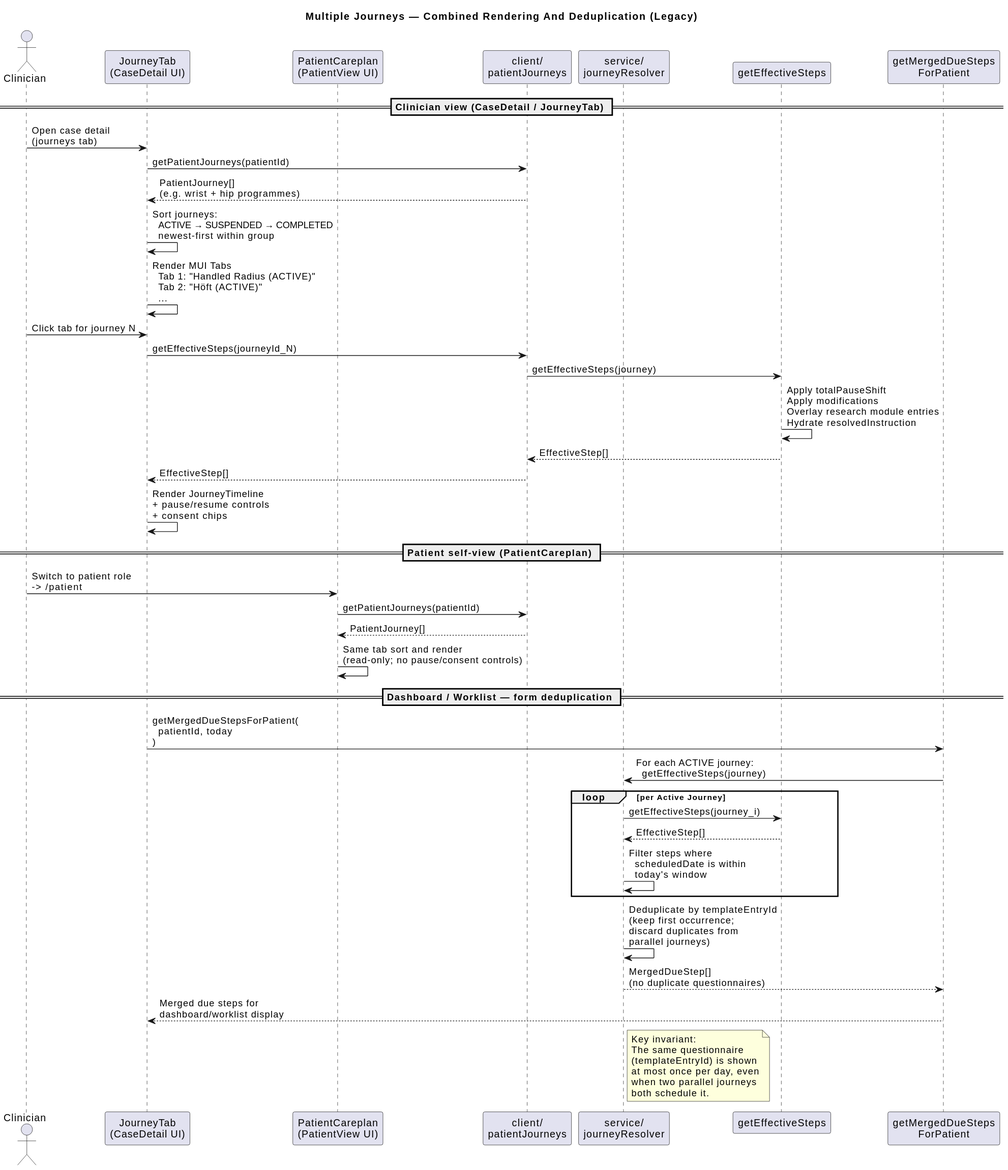
gforge/DUK keeps this PlantUML diagram as docs/diagrams/multi-journey-tabs.svg. Above is the earlier version.
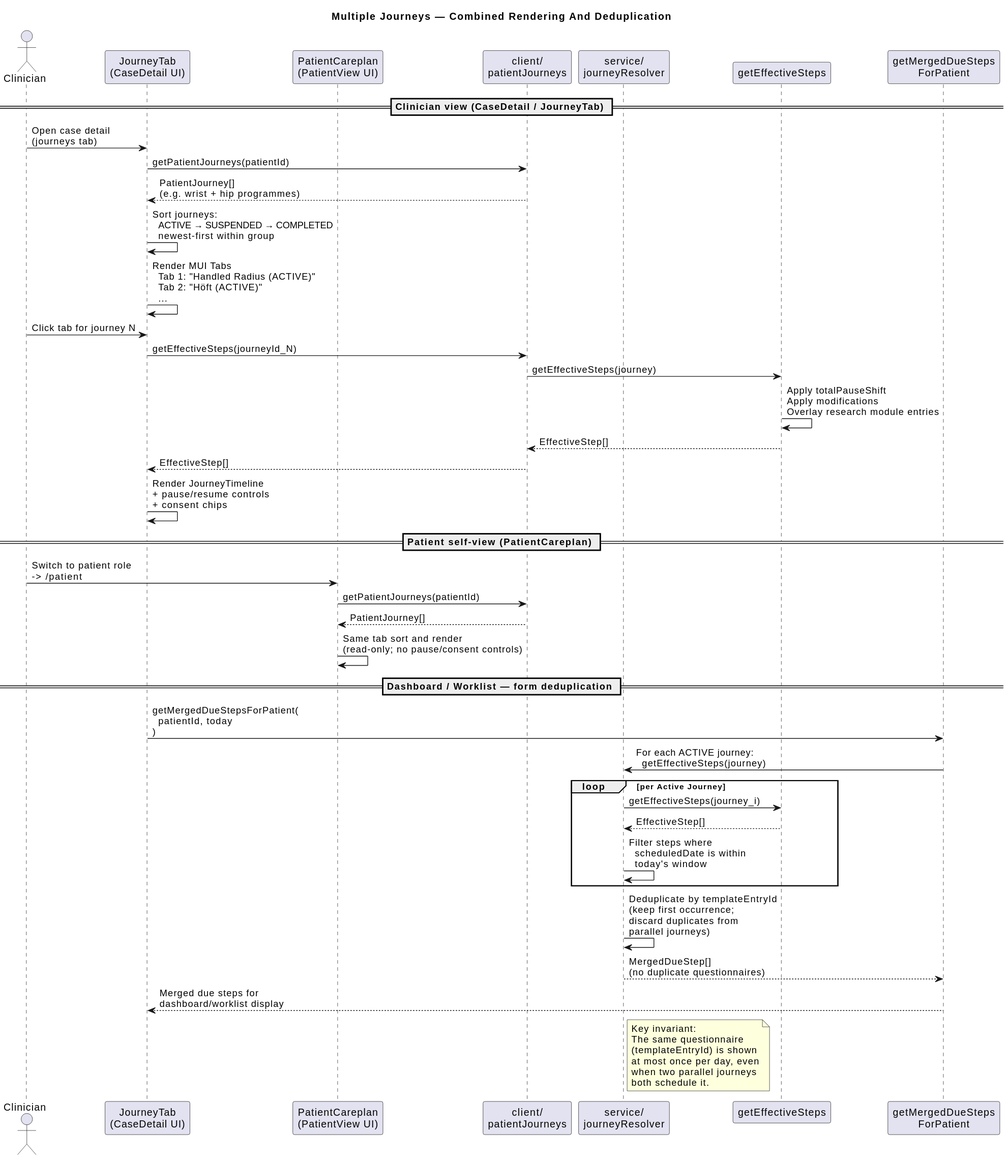
Above is the later version.

The edit, as a diff of the source:
```diff
@@ -1,5 +1,5 @@
 @startuml
-title Multiple Journeys — Combined Rendering And Deduplication (Legacy)
+title Multiple Journeys — Combined Rendering And Deduplication
 
 actor Clinician
 participant "JourneyTab\n(CaseDetail UI)" as JT
@@ -19,7 +19,7 @@
 Clinician -> JT : Click tab for journey N
 JT -> Client : getEffectiveSteps(journeyId_N)
 Client -> GES : getEffectiveSteps(journey)
-GES -> GES : Apply totalPauseShift\nApply modifications\nOverlay research module entries\nHydrate resolvedInstruction
+GES -> GES : Apply totalPauseShift\nApply modifications\nOverlay research module entries
 GES --> Client : EffectiveStep[]
 Client --> JT : EffectiveStep[]
 JT -> JT : Render JourneyTimeline\n+ pause/resume controls\n+ consent chips
```
